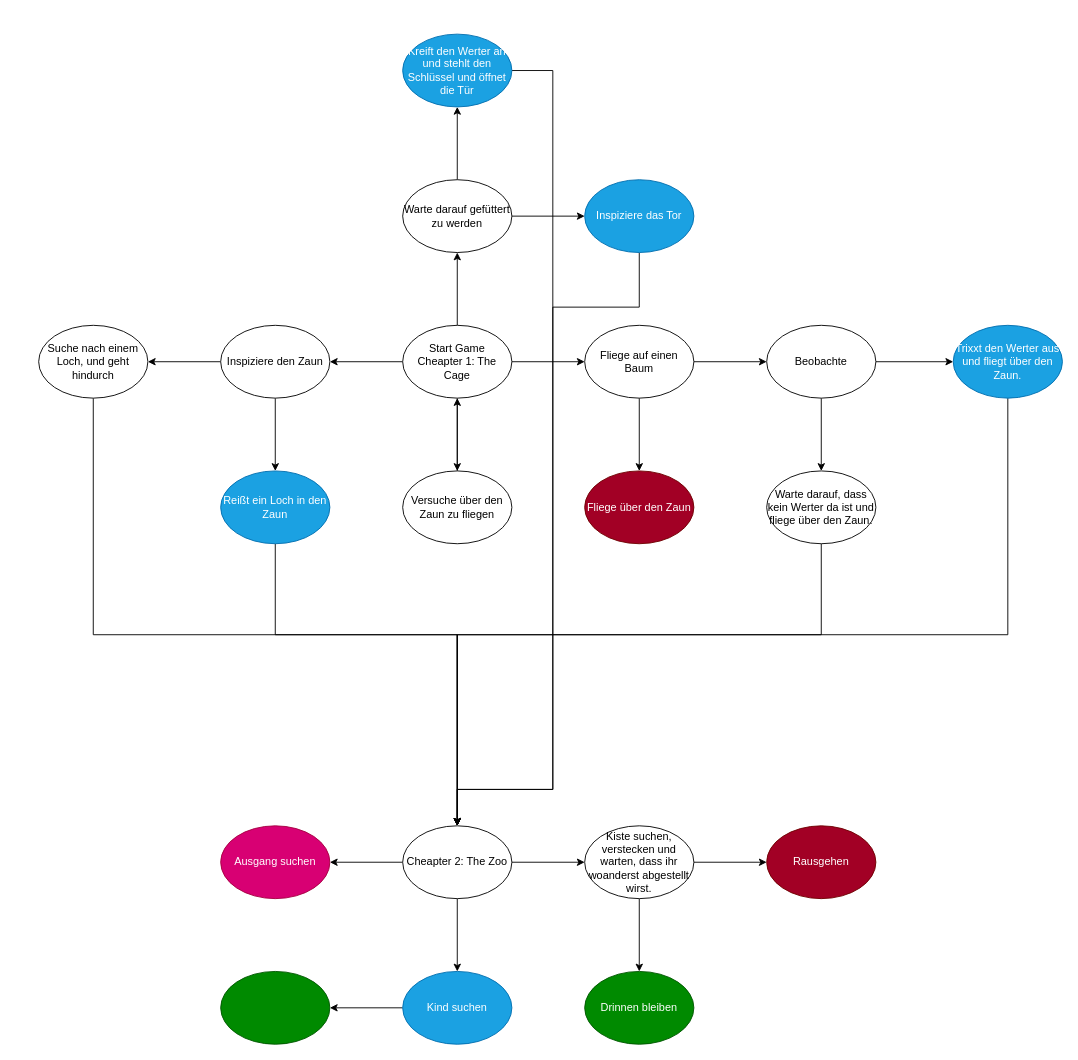
The draw.io diagram Decision diagram.drawio in JonasLindinger/Duckscape, before the edit. Source tidied: cells renumbered, new cells numbered last; positions are measured from the earlier drawing's top-left corner, leaving out a move shared by most shapes. Both pictures are drawn from the tidied source at 91%, with x=0, y=0 at pixel (38, 34).
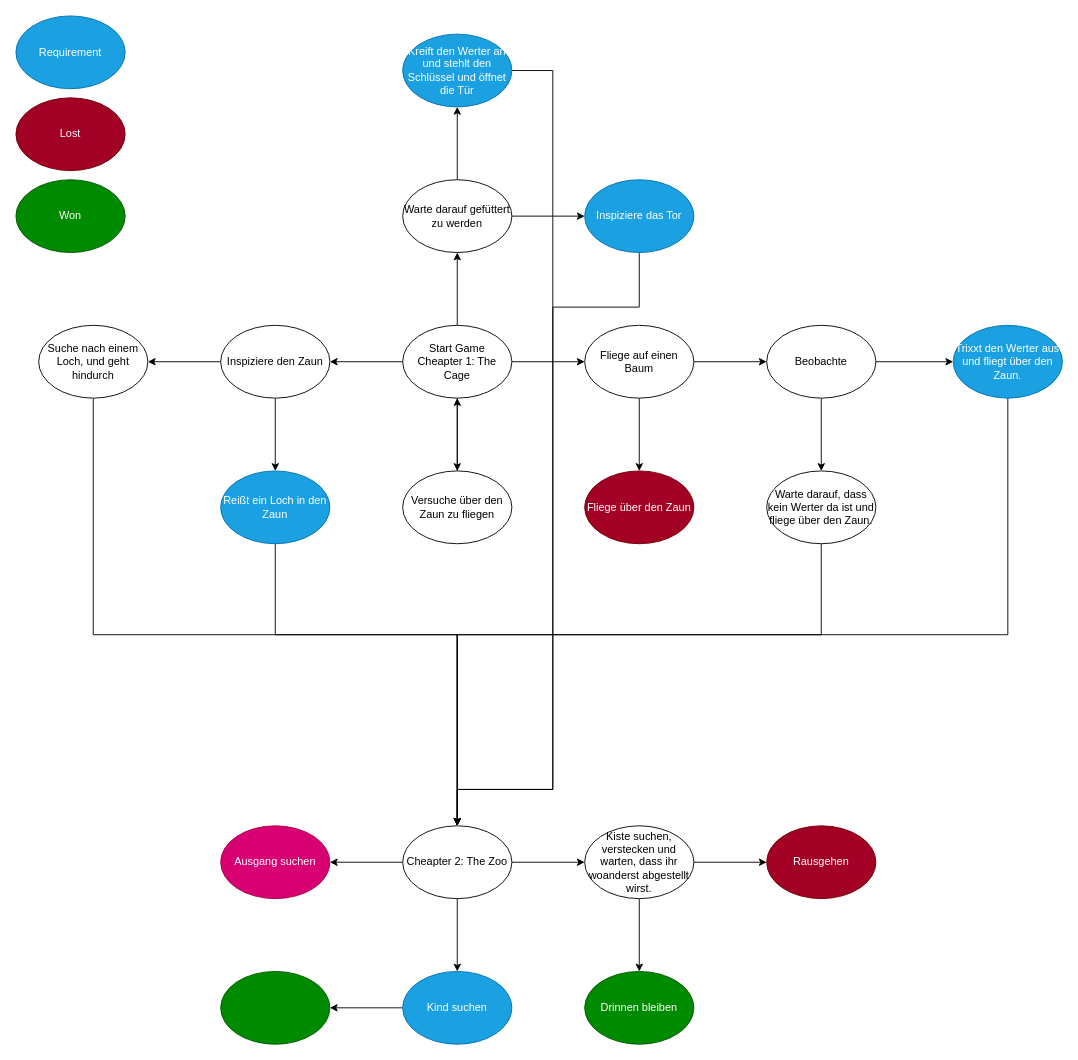
Above is the later version.

What changed in the source:
```diff
@@
+    <mxCell id="47" value="Requirement" style="ellipse;whiteSpace=wrap;html=1;fillColor=#1ba1e2;fontColor=#ffffff;strokeColor=#006EAF;" parent="1" vertex="1">
+      <mxGeometry x="-25" y="-20" width="120" height="80" as="geometry" />
+    </mxCell>
+    <mxCell id="48" value="Lost" style="ellipse;whiteSpace=wrap;html=1;fillColor=#a20025;fontColor=#ffffff;strokeColor=#6F0000;" parent="1" vertex="1">
+      <mxGeometry x="-25" y="70" width="120" height="80" as="geometry" />
+    </mxCell>
+    <mxCell id="49" value="Won" style="ellipse;whiteSpace=wrap;html=1;fillColor=#008a00;fontColor=#ffffff;strokeColor=#005700;" parent="1" vertex="1">
+      <mxGeometry x="-25" y="160" width="120" height="80" as="geometry" />
+    </mxCell>
```
